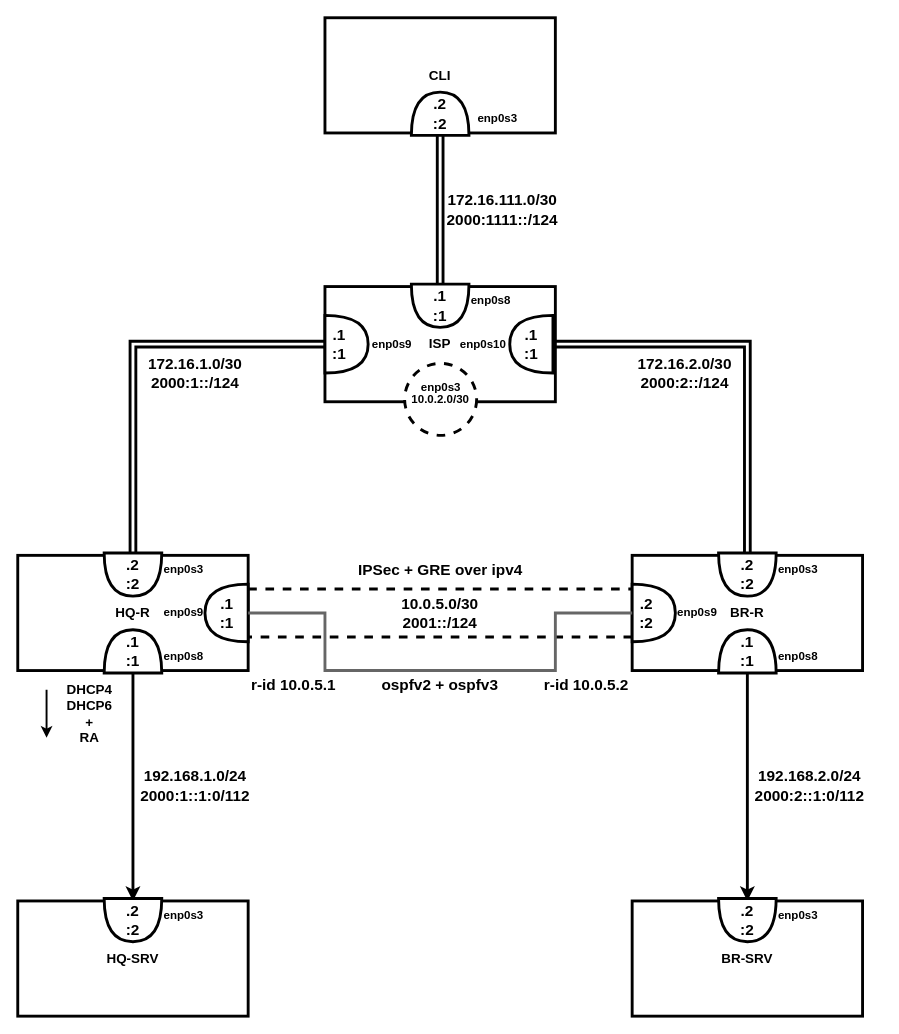
The draw.io diagram demo.drawio in Ivashkka/demo_exam, before the edit. Source tidied: cells renumbered, new cells numbered last; positions are measured from the earlier drawing's top-left corner, leaving out a move shared by most shapes. Both pictures are drawn from the tidied source at 96%, with x=0, y=0 at pixel (17, 17).
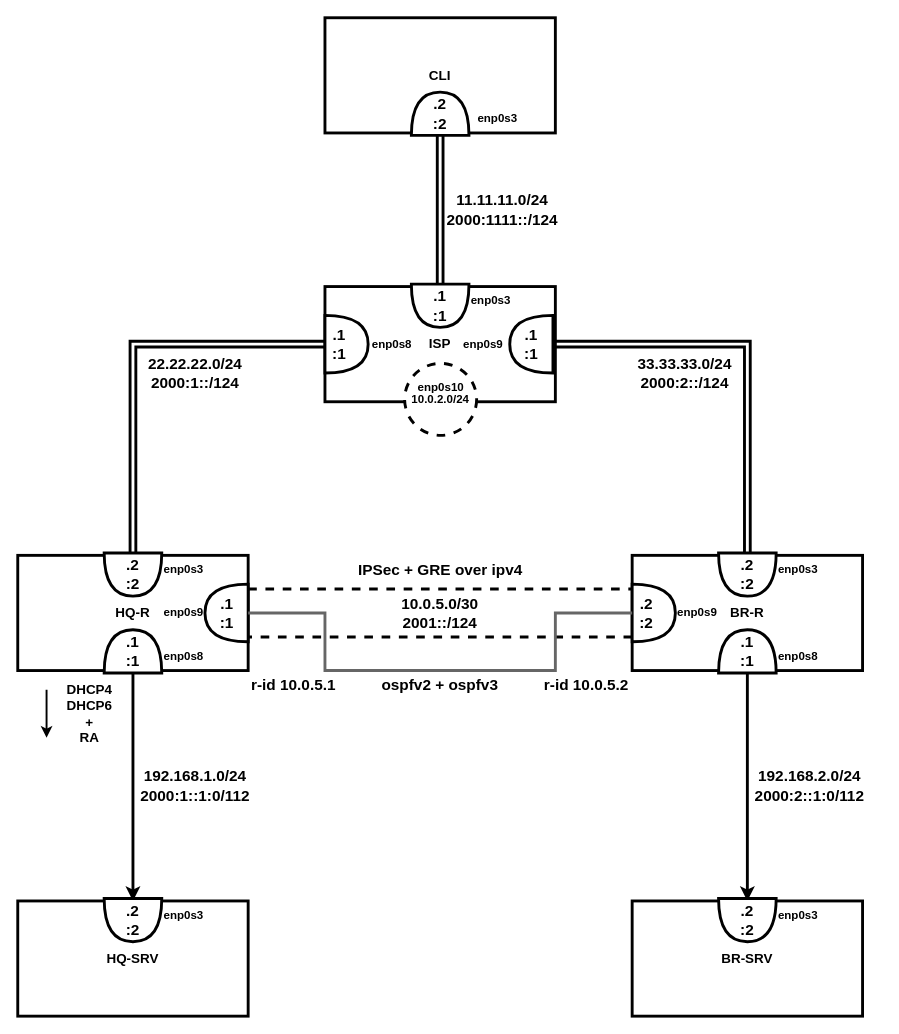
After the change.

Diff of the diagram source:
```diff
@@
-    <mxCell id="15" value="&lt;span style=&quot;font-size: 16px;&quot;&gt;&lt;b&gt;172.16.1.0/30&lt;br&gt;2000:1::/124&lt;br&gt;&lt;/b&gt;&lt;/span&gt;" style="text;html=1;strokeColor=none;fillColor=none;align=center;verticalAlign=middle;whiteSpace=wrap;rounded=0;" parent="1" vertex="1">
+    <mxCell id="15" value="&lt;span style=&quot;font-size: 16px;&quot;&gt;&lt;b&gt;22.22.22.0/24&lt;br&gt;2000:1::/124&lt;br&gt;&lt;/b&gt;&lt;/span&gt;" style="text;html=1;strokeColor=none;fillColor=none;align=center;verticalAlign=middle;whiteSpace=wrap;rounded=0;" parent="1" vertex="1">
       <mxGeometry x="110" y="340" width="150" height="60" as="geometry" />
     </mxCell>
-    <mxCell id="16" value="&lt;span style=&quot;font-size: 16px;&quot;&gt;&lt;b&gt;172.16.2.0/30&lt;br&gt;2000:2::/124&lt;br&gt;&lt;/b&gt;&lt;/span&gt;" style="text;html=1;strokeColor=none;fillColor=none;align=center;verticalAlign=middle;whiteSpace=wrap;rounded=0;" parent="1" vertex="1">
+    <mxCell id="16" value="&lt;span style=&quot;font-size: 16px;&quot;&gt;&lt;b&gt;33.33.33.0/24&lt;br&gt;2000:2::/124&lt;br&gt;&lt;/b&gt;&lt;/span&gt;" style="text;html=1;strokeColor=none;fillColor=none;align=center;verticalAlign=middle;whiteSpace=wrap;rounded=0;" parent="1" vertex="1">
       <mxGeometry x="620" y="340" width="150" height="60" as="geometry" />
     </mxCell>
@@
-    <mxCell id="18" value="&lt;span style=&quot;font-size: 16px;&quot;&gt;&lt;b&gt;172.16.111.0/30&lt;br&gt;2000:1111::/124&lt;br&gt;&lt;/b&gt;&lt;/span&gt;" style="text;html=1;strokeColor=none;fillColor=none;align=center;verticalAlign=middle;whiteSpace=wrap;rounded=0;" parent="1" vertex="1">
+    <mxCell id="18" value="&lt;span style=&quot;font-size: 16px;&quot;&gt;&lt;b&gt;11.11.11.0/24&lt;br&gt;2000:1111::/124&lt;br&gt;&lt;/b&gt;&lt;/span&gt;" style="text;html=1;strokeColor=none;fillColor=none;align=center;verticalAlign=middle;whiteSpace=wrap;rounded=0;" parent="1" vertex="1">
       <mxGeometry x="430" y="170" width="150" height="60" as="geometry" />
     </mxCell>
-    <mxCell id="19" value="&lt;b&gt;10.0.2.0/30&lt;/b&gt;" style="ellipse;whiteSpace=wrap;html=1;strokeWidth=3;dashed=1;" parent="1" vertex="1">
+    <mxCell id="19" value="&lt;b&gt;10.0.2.0/24&lt;/b&gt;" style="ellipse;whiteSpace=wrap;html=1;strokeWidth=3;dashed=1;" parent="1" vertex="1">
       <mxGeometry x="403" y="360" width="75" height="75" as="geometry" />
     </mxCell>
@@
-    <mxCell id="44" value="&lt;b style=&quot;border-color: var(--border-color);&quot;&gt;enp0s3&lt;/b&gt;" style="text;html=1;strokeColor=none;fillColor=none;align=center;verticalAlign=middle;whiteSpace=wrap;rounded=0;" parent="1" vertex="1">
+    <mxCell id="44" value="&lt;b style=&quot;border-color: var(--border-color);&quot;&gt;enp0s10&lt;/b&gt;" style="text;html=1;strokeColor=none;fillColor=none;align=center;verticalAlign=middle;whiteSpace=wrap;rounded=0;" parent="1" vertex="1">
       <mxGeometry x="410.5" y="370" width="60" height="30" as="geometry" />
     </mxCell>
-    <mxCell id="45" value="&lt;b style=&quot;border-color: var(--border-color);&quot;&gt;enp0s9&lt;/b&gt;" style="text;html=1;strokeColor=none;fillColor=none;align=center;verticalAlign=middle;whiteSpace=wrap;rounded=0;" parent="1" vertex="1">
+    <mxCell id="45" value="&lt;b style=&quot;border-color: var(--border-color);&quot;&gt;enp0s8&lt;/b&gt;" style="text;html=1;strokeColor=none;fillColor=none;align=center;verticalAlign=middle;whiteSpace=wrap;rounded=0;" parent="1" vertex="1">
       <mxGeometry x="360" y="325" width="60" height="30" as="geometry" />
     </mxCell>
-    <mxCell id="46" value="&lt;b style=&quot;border-color: var(--border-color);&quot;&gt;enp0s10&lt;/b&gt;" style="text;html=1;strokeColor=none;fillColor=none;align=center;verticalAlign=middle;whiteSpace=wrap;rounded=0;" parent="1" vertex="1">
+    <mxCell id="46" value="&lt;b style=&quot;border-color: var(--border-color);&quot;&gt;enp0s9&lt;/b&gt;" style="text;html=1;strokeColor=none;fillColor=none;align=center;verticalAlign=middle;whiteSpace=wrap;rounded=0;" parent="1" vertex="1">
       <mxGeometry x="455" y="325" width="60" height="30" as="geometry" />
     </mxCell>
-    <mxCell id="47" value="&lt;b style=&quot;border-color: var(--border-color);&quot;&gt;enp0s8&lt;/b&gt;" style="text;html=1;strokeColor=none;fillColor=none;align=center;verticalAlign=middle;whiteSpace=wrap;rounded=0;" parent="1" vertex="1">
+    <mxCell id="47" value="&lt;b style=&quot;border-color: var(--border-color);&quot;&gt;enp0s3&lt;/b&gt;" style="text;html=1;strokeColor=none;fillColor=none;align=center;verticalAlign=middle;whiteSpace=wrap;rounded=0;" parent="1" vertex="1">
       <mxGeometry x="462.5" y="280" width="60" height="30" as="geometry" />
     </mxCell>
```
